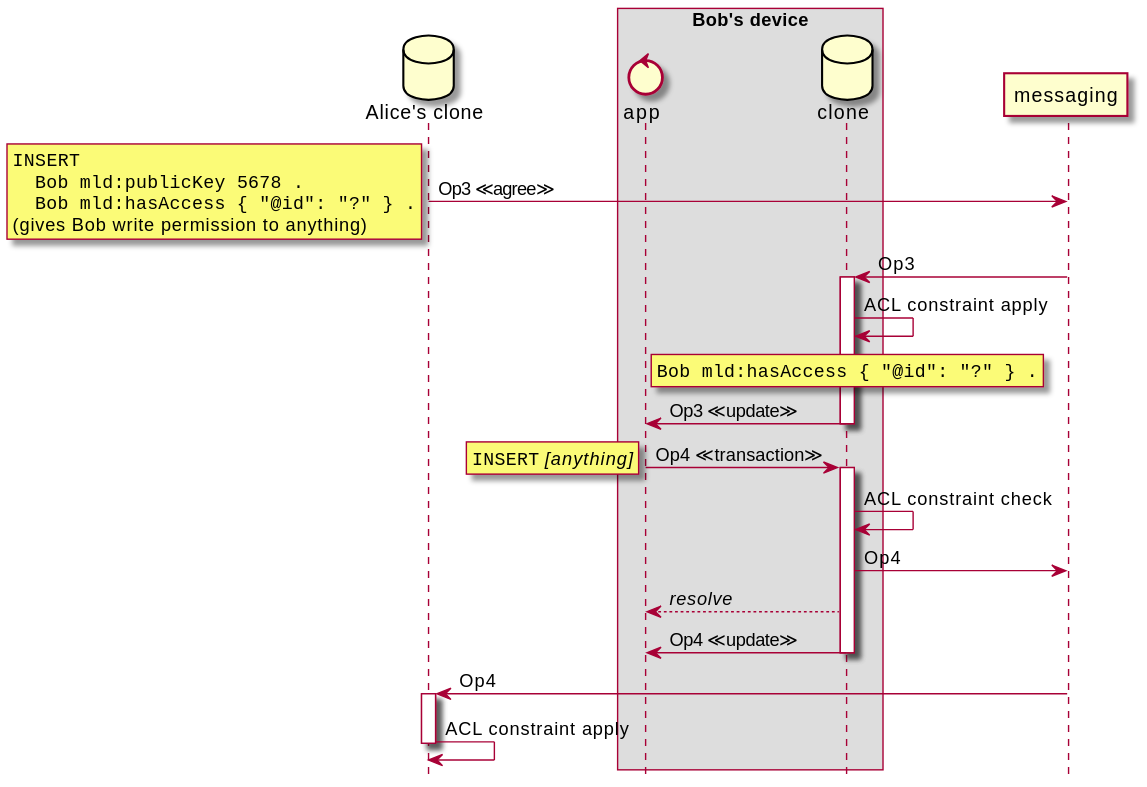
m-ld/m-ld-security-spec keeps this PlantUML diagram as design/img/3-grant-bob-access.seq.svg. Above is the earlier version. The source it was exported from:
```plantuml
@startuml
hide footbox

database "Alice's clone" as genesis
box Bob's device
control "app" as proc2
database "clone" as clone2
end box

genesis -> messaging: Op3 ≪agree≫
rnote left
<code>
INSERT
  Bob mld:publicKey 5678 .
  Bob mld:hasAccess { "@id": "?" } .
</code>
(gives Bob write permission to anything)
end note

messaging -> clone2 ++: Op3
clone2 -> clone2: ACL constraint apply
rnote over clone2: ""Bob mld:hasAccess { "@id": "?" } .""
clone2 -> proc2 --: Op3 ≪update≫

proc2 -> clone2 ++: Op4 ≪transaction≫
rnote left: ""INSERT"" //[anything]//

clone2 -> clone2: ACL constraint check

clone2 -> messaging: Op4
clone2 --> proc2: //resolve//
clone2 -> proc2 --: Op4 ≪update≫
messaging -> genesis ++: Op4
genesis -> genesis --: ACL constraint apply

@enduml
```
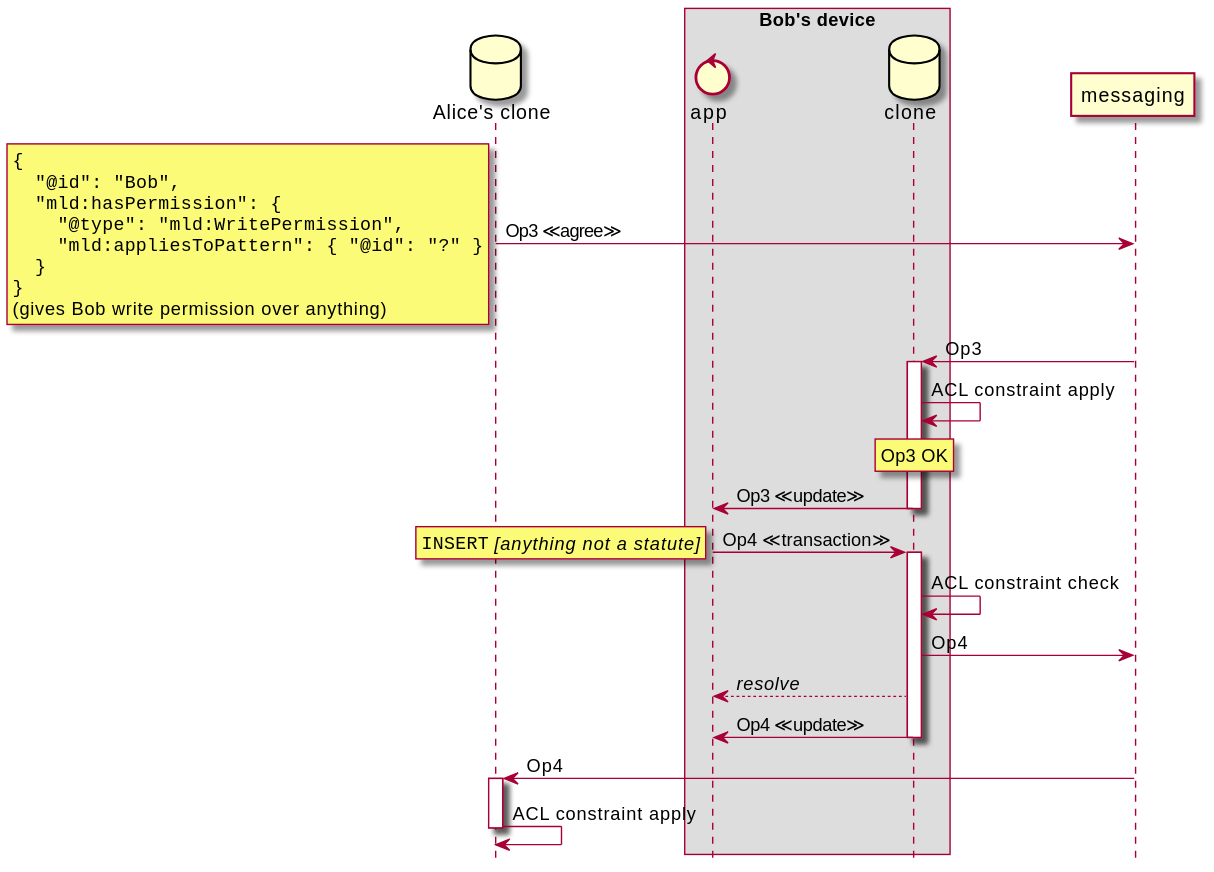
After the change.

The edit, as a diff of the source:
```diff
@@ -10,20 +10,24 @@
 genesis -> messaging: Op3 ≪agree≫
 rnote left
 <code>
-INSERT
-  Bob mld:publicKey 5678 .
-  Bob mld:hasAccess { "@id": "?" } .
+{
+  "@id": "Bob",
+  "mld:hasPermission": {
+    "@type": "mld:WritePermission",
+    "mld:appliesToPattern": { "@id": "?" }
+  }
+}
 </code>
-(gives Bob write permission to anything)
+(gives Bob write permission over anything)
 end note
 
 messaging -> clone2 ++: Op3
 clone2 -> clone2: ACL constraint apply
-rnote over clone2: ""Bob mld:hasAccess { "@id": "?" } .""
+rnote over clone2: Op3 OK
 clone2 -> proc2 --: Op3 ≪update≫
 
 proc2 -> clone2 ++: Op4 ≪transaction≫
-rnote left: ""INSERT"" //[anything]//
+rnote left: ""INSERT"" //[anything not a statute]//
 
 clone2 -> clone2: ACL constraint check
 
```
